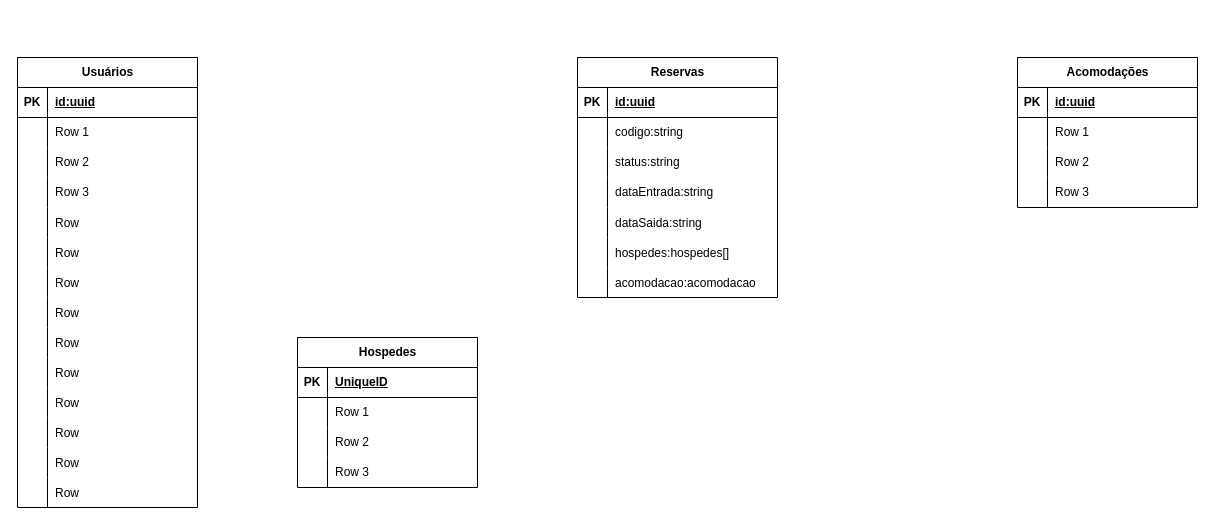
Above: page "DER" (4 of 4) of diagram/arquitetura.drawio in Lucas-Salomao/back-pousada-ypua (draw.io), before the change. Source tidied: cells renumbered, new cells numbered last; positions are measured from the earlier drawing's top-left corner, leaving out a move shared by most shapes. Both pictures are drawn from the tidied source at 100%, with x=0, y=0 at pixel (17, 57).
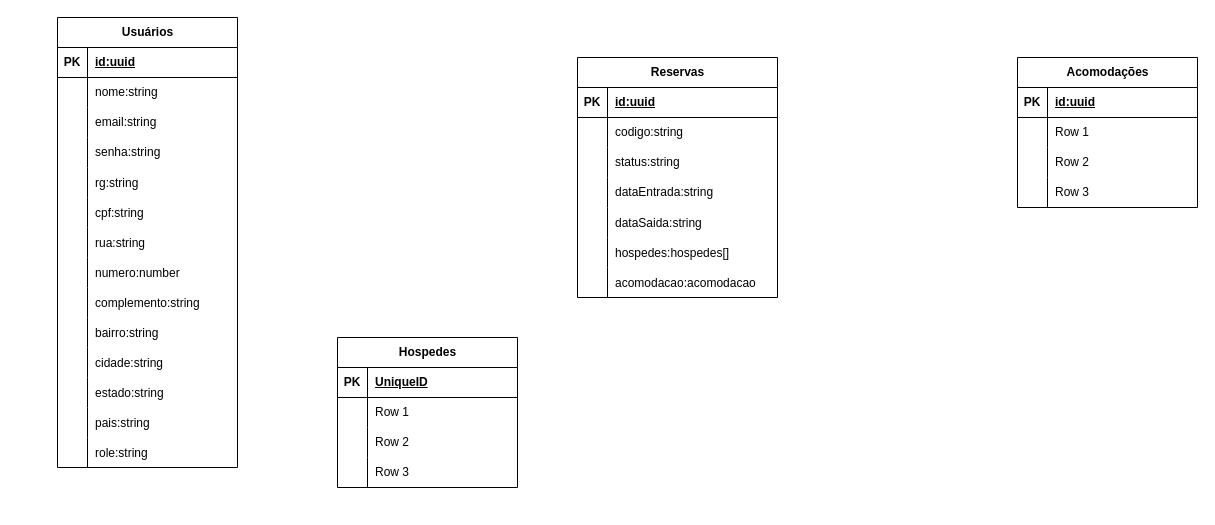
The same page after the edit.

The change refers to these unchanged cells:
```xml
<mxCell id="6" style="shape=tableRow;horizontal=0;startSize=0;swimlaneHead=0;swimlaneBody=0;fillColor=none;top=0;left=0;right=0;bottom=0;" parent="2" vertex="1">
  <mxGeometry y="60" width="180" height="30" as="geometry" />
</mxCell>
<mxCell id="9" style="shape=tableRow;horizontal=0;startSize=0;swimlaneHead=0;swimlaneBody=0;fillColor=none;top=0;left=0;right=0;bottom=0;" parent="2" vertex="1">
  <mxGeometry y="90" width="180" height="30" as="geometry" />
</mxCell>
<mxCell id="12" style="shape=tableRow;horizontal=0;startSize=0;swimlaneHead=0;swimlaneBody=0;fillColor=none;top=0;left=0;right=0;bottom=0;" parent="2" vertex="1">
  <mxGeometry y="120" width="180" height="30" as="geometry" />
</mxCell>
<mxCell id="15" style="shape=tableRow;horizontal=0;startSize=0;swimlaneHead=0;swimlaneBody=0;fillColor=none;top=0;left=0;right=0;bottom=0;" parent="2" vertex="1">
  <mxGeometry y="150" width="180" height="30" as="geometry" />
</mxCell>
<mxCell id="18" style="shape=tableRow;horizontal=0;startSize=0;swimlaneHead=0;swimlaneBody=0;fillColor=none;top=0;left=0;right=0;bottom=0;" parent="2" vertex="1">
  <mxGeometry y="180" width="180" height="30" as="geometry" />
</mxCell>
<mxCell id="21" style="shape=tableRow;horizontal=0;startSize=0;swimlaneHead=0;swimlaneBody=0;fillColor=none;top=0;left=0;right=0;bottom=0;" parent="2" vertex="1">
  <mxGeometry y="210" width="180" height="30" as="geometry" />
</mxCell>
<mxCell id="24" style="shape=tableRow;horizontal=0;startSize=0;swimlaneHead=0;swimlaneBody=0;fillColor=none;top=0;left=0;right=0;bottom=0;" parent="2" vertex="1">
  <mxGeometry y="240" width="180" height="30" as="geometry" />
</mxCell>
<mxCell id="27" style="shape=tableRow;horizontal=0;startSize=0;swimlaneHead=0;swimlaneBody=0;fillColor=none;top=0;left=0;right=0;bottom=0;" parent="2" vertex="1">
  <mxGeometry y="270" width="180" height="30" as="geometry" />
</mxCell>
<mxCell id="30" style="shape=tableRow;horizontal=0;startSize=0;swimlaneHead=0;swimlaneBody=0;fillColor=none;top=0;left=0;right=0;bottom=0;" parent="2" vertex="1">
  <mxGeometry y="300" width="180" height="30" as="geometry" />
</mxCell>
<mxCell id="33" style="shape=tableRow;horizontal=0;startSize=0;swimlaneHead=0;swimlaneBody=0;fillColor=none;top=0;left=0;right=0;bottom=0;" parent="2" vertex="1">
  <mxGeometry y="330" width="180" height="30" as="geometry" />
</mxCell>
<mxCell id="36" style="shape=tableRow;horizontal=0;startSize=0;swimlaneHead=0;swimlaneBody=0;fillColor=none;top=0;left=0;right=0;bottom=0;" parent="2" vertex="1">
  <mxGeometry y="360" width="180" height="30" as="geometry" />
</mxCell>
<mxCell id="39" style="shape=tableRow;horizontal=0;startSize=0;swimlaneHead=0;swimlaneBody=0;fillColor=none;top=0;left=0;right=0;bottom=0;" parent="2" vertex="1">
  <mxGeometry y="390" width="180" height="30" as="geometry" />
</mxCell>
<mxCell id="42" style="shape=tableRow;horizontal=0;startSize=0;swimlaneHead=0;swimlaneBody=0;fillColor=none;top=0;left=0;right=0;bottom=0;" parent="2" vertex="1">
  <mxGeometry y="420" width="180" height="30" as="geometry" />
</mxCell>
```

What changed in the source:
```diff
@@
     <mxCell id="2" value="Usuários" style="shape=table;startSize=30;childLayout=tableLayout;rowLines=0;fontStyle=1;align=center;html=1;" parent="1" vertex="1">
-      <mxGeometry width="180" height="450" as="geometry" />
+      <mxGeometry x="40" y="-40" width="180" height="450" as="geometry" />
     </mxCell>
@@
-    <mxCell id="8" value="Row 1" style="shape=partialRectangle;fillColor=none;top=0;left=0;bottom=0;right=0;align=left;spacingLeft=6;overflow=hidden;whiteSpace=wrap;html=1;" parent="6" vertex="1">
+    <mxCell id="8" value="nome:string" style="shape=partialRectangle;fillColor=none;top=0;left=0;bottom=0;right=0;align=left;spacingLeft=6;overflow=hidden;whiteSpace=wrap;html=1;" parent="6" vertex="1">
       <mxGeometry x="30" width="150" height="30" as="geometry" />
     </mxCell>
@@
-    <mxCell id="11" value="Row 2" style="shape=partialRectangle;fillColor=none;top=0;left=0;bottom=0;right=0;align=left;spacingLeft=6;overflow=hidden;whiteSpace=wrap;html=1;" parent="9" vertex="1">
+    <mxCell id="11" value="email:string" style="shape=partialRectangle;fillColor=none;top=0;left=0;bottom=0;right=0;align=left;spacingLeft=6;overflow=hidden;whiteSpace=wrap;html=1;" parent="9" vertex="1">
       <mxGeometry x="30" width="150" height="30" as="geometry" />
     </mxCell>
@@
-    <mxCell id="14" value="Row 3" style="shape=partialRectangle;fillColor=none;top=0;left=0;bottom=0;right=0;align=left;spacingLeft=6;overflow=hidden;whiteSpace=wrap;html=1;" parent="12" vertex="1">
+    <mxCell id="14" value="senha:string&lt;br&gt;" style="shape=partialRectangle;fillColor=none;top=0;left=0;bottom=0;right=0;align=left;spacingLeft=6;overflow=hidden;whiteSpace=wrap;html=1;" parent="12" vertex="1">
       <mxGeometry x="30" width="150" height="30" as="geometry" />
     </mxCell>
@@
-    <mxCell id="17" value="Row" style="shape=partialRectangle;fillColor=none;top=0;left=0;bottom=0;right=0;align=left;spacingLeft=6;overflow=hidden;" parent="15" vertex="1">
+    <mxCell id="17" value="rg:string" style="shape=partialRectangle;fillColor=none;top=0;left=0;bottom=0;right=0;align=left;spacingLeft=6;overflow=hidden;" parent="15" vertex="1">
       <mxGeometry x="30" width="150" height="30" as="geometry" />
     </mxCell>
@@
-    <mxCell id="20" value="Row" style="shape=partialRectangle;fillColor=none;top=0;left=0;bottom=0;right=0;align=left;spacingLeft=6;overflow=hidden;" parent="18" vertex="1">
+    <mxCell id="20" value="cpf:string" style="shape=partialRectangle;fillColor=none;top=0;left=0;bottom=0;right=0;align=left;spacingLeft=6;overflow=hidden;" parent="18" vertex="1">
       <mxGeometry x="30" width="150" height="30" as="geometry" />
     </mxCell>
@@
-    <mxCell id="23" value="Row" style="shape=partialRectangle;fillColor=none;top=0;left=0;bottom=0;right=0;align=left;spacingLeft=6;overflow=hidden;" parent="21" vertex="1">
+    <mxCell id="23" value="rua:string" style="shape=partialRectangle;fillColor=none;top=0;left=0;bottom=0;right=0;align=left;spacingLeft=6;overflow=hidden;" parent="21" vertex="1">
       <mxGeometry x="30" width="150" height="30" as="geometry" />
     </mxCell>
@@
-    <mxCell id="26" value="Row" style="shape=partialRectangle;fillColor=none;top=0;left=0;bottom=0;right=0;align=left;spacingLeft=6;overflow=hidden;" parent="24" vertex="1">
+    <mxCell id="26" value="numero:number" style="shape=partialRectangle;fillColor=none;top=0;left=0;bottom=0;right=0;align=left;spacingLeft=6;overflow=hidden;" parent="24" vertex="1">
       <mxGeometry x="30" width="150" height="30" as="geometry" />
     </mxCell>
@@
-    <mxCell id="29" value="Row" style="shape=partialRectangle;fillColor=none;top=0;left=0;bottom=0;right=0;align=left;spacingLeft=6;overflow=hidden;" parent="27" vertex="1">
+    <mxCell id="29" value="complemento:string" style="shape=partialRectangle;fillColor=none;top=0;left=0;bottom=0;right=0;align=left;spacingLeft=6;overflow=hidden;" parent="27" vertex="1">
       <mxGeometry x="30" width="150" height="30" as="geometry" />
     </mxCell>
@@
-    <mxCell id="32" value="Row" style="shape=partialRectangle;fillColor=none;top=0;left=0;bottom=0;right=0;align=left;spacingLeft=6;overflow=hidden;" parent="30" vertex="1">
+    <mxCell id="32" value="bairro:string" style="shape=partialRectangle;fillColor=none;top=0;left=0;bottom=0;right=0;align=left;spacingLeft=6;overflow=hidden;" parent="30" vertex="1">
       <mxGeometry x="30" width="150" height="30" as="geometry" />
     </mxCell>
@@
-    <mxCell id="35" value="Row" style="shape=partialRectangle;fillColor=none;top=0;left=0;bottom=0;right=0;align=left;spacingLeft=6;overflow=hidden;" parent="33" vertex="1">
+    <mxCell id="35" value="cidade:string" style="shape=partialRectangle;fillColor=none;top=0;left=0;bottom=0;right=0;align=left;spacingLeft=6;overflow=hidden;" parent="33" vertex="1">
       <mxGeometry x="30" width="150" height="30" as="geometry" />
     </mxCell>
@@
-    <mxCell id="38" value="Row" style="shape=partialRectangle;fillColor=none;top=0;left=0;bottom=0;right=0;align=left;spacingLeft=6;overflow=hidden;" parent="36" vertex="1">
+    <mxCell id="38" value="estado:string" style="shape=partialRectangle;fillColor=none;top=0;left=0;bottom=0;right=0;align=left;spacingLeft=6;overflow=hidden;" parent="36" vertex="1">
       <mxGeometry x="30" width="150" height="30" as="geometry" />
     </mxCell>
@@
-    <mxCell id="41" value="Row" style="shape=partialRectangle;fillColor=none;top=0;left=0;bottom=0;right=0;align=left;spacingLeft=6;overflow=hidden;" parent="39" vertex="1">
+    <mxCell id="41" value="pais:string" style="shape=partialRectangle;fillColor=none;top=0;left=0;bottom=0;right=0;align=left;spacingLeft=6;overflow=hidden;" parent="39" vertex="1">
       <mxGeometry x="30" width="150" height="30" as="geometry" />
     </mxCell>
@@
-    <mxCell id="44" value="Row" style="shape=partialRectangle;fillColor=none;top=0;left=0;bottom=0;right=0;align=left;spacingLeft=6;overflow=hidden;" parent="42" vertex="1">
+    <mxCell id="44" value="role:string" style="shape=partialRectangle;fillColor=none;top=0;left=0;bottom=0;right=0;align=left;spacingLeft=6;overflow=hidden;" parent="42" vertex="1">
       <mxGeometry x="30" width="150" height="30" as="geometry" />
     </mxCell>
@@
     <mxCell id="80" value="Hospedes" style="shape=table;startSize=30;childLayout=tableLayout;rowLines=0;fontStyle=1;align=center;html=1;" parent="1" vertex="1">
-      <mxGeometry x="280" y="280" width="180" height="150" as="geometry" />
+      <mxGeometry x="320" y="280" width="180" height="150" as="geometry" />
     </mxCell>
```
